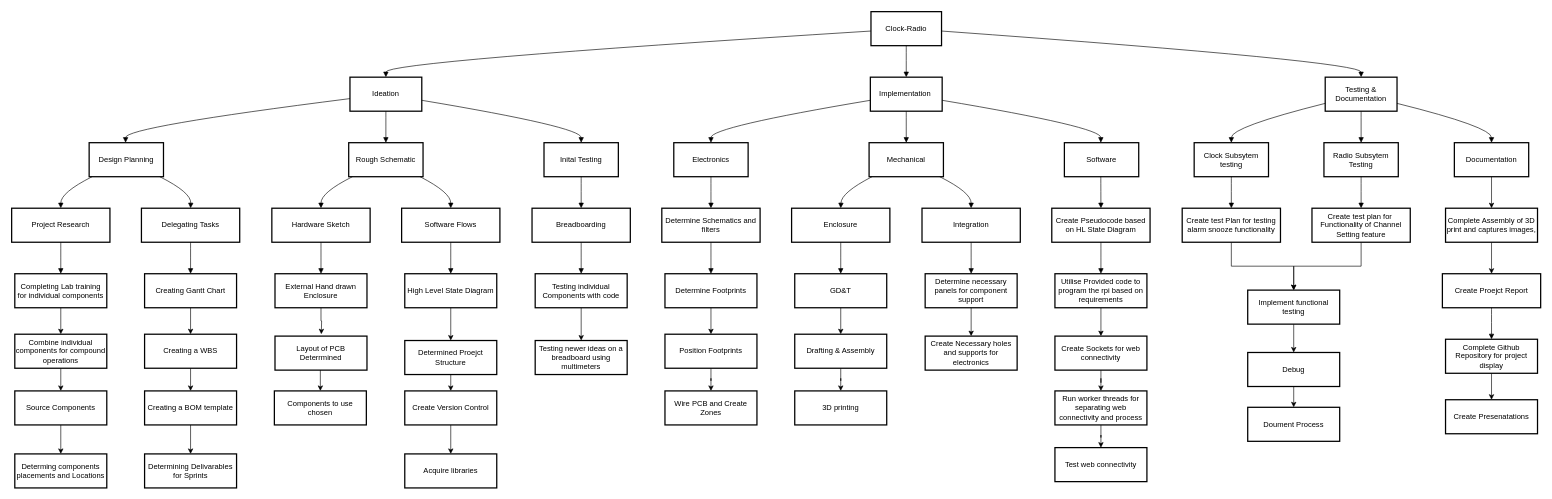
Earlier version of the draw.io diagram WBS.drawio (AniMB/Clock-radio). Source tidied: cells renumbered, new cells numbered last; positions are measured from the earlier drawing's top-left corner, leaving out a move shared by most shapes. Both pictures are drawn from the tidied source at 63%, with x=0, y=0 at pixel (11, 11).
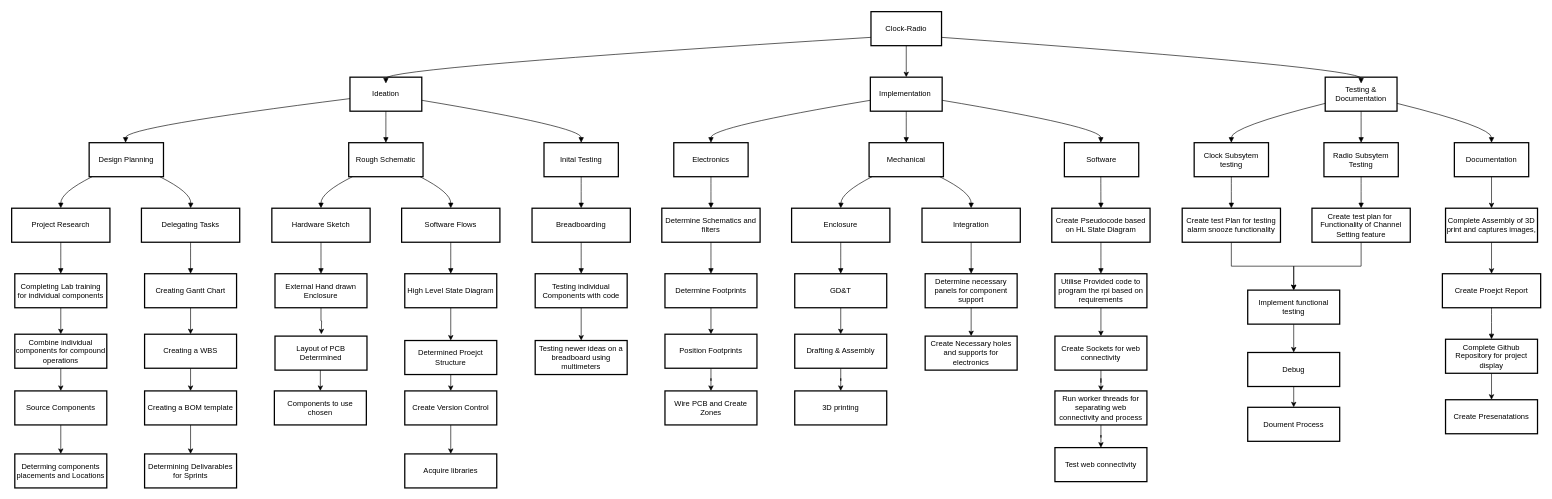
The same diagram, later.

Unchanged cells that the change refers to:
```xml
<mxCell id="2" value="Clock-Radio" style="whiteSpace=wrap;strokeWidth=2;" parent="1" vertex="1">
  <mxGeometry x="1364" width="112" height="54" as="geometry" />
</mxCell>
<mxCell id="3" value="Ideation" style="whiteSpace=wrap;strokeWidth=2;" parent="1" vertex="1">
  <mxGeometry x="537" y="104" width="114" height="54" as="geometry" />
</mxCell>
<mxCell id="4" value="Implementation " style="whiteSpace=wrap;strokeWidth=2;" parent="1" vertex="1">
  <mxGeometry x="1363" y="104" width="114" height="54" as="geometry" />
</mxCell>
<mxCell id="5" value="Testing &amp; Documentation" style="whiteSpace=wrap;strokeWidth=2;" parent="1" vertex="1">
  <mxGeometry x="2085" y="104" width="114" height="54" as="geometry" />
</mxCell>
```

What changed in the source:
```diff
@@
+    <mxCell id="53" style="edgeStyle=orthogonalEdgeStyle;rounded=0;jettySize=auto;html=1;exitX=0.5;exitY=1;exitDx=0;exitDy=0;entryX=0.5;entryY=0;entryDx=0;entryDy=0;" parent="1" edge="1" source="2" target="4">
+      <mxGeometry relative="1" as="geometry" />
+    </mxCell>
@@
-    <mxCell id="52" style="curved=1;startArrow=none;endArrow=block;exitX=0;exitY=0.57;entryX=0.5;entryY=0;" parent="1" edge="1" source="2" target="3">
+    <mxCell id="52" style="curved=1;startArrow=none;endArrow=block;exitX=0;exitY=0.57;entryX=0.5;entryY=0;" parent="1" edge="1">
       <mxGeometry relative="1" as="geometry">
+        <mxPoint x="1364" y="40.8" as="sourcePoint" />
+        <mxPoint x="594" y="114" as="targetPoint" />
         <Array as="points">
-          <mxPoint x="594" y="79" />
+          <mxPoint x="594" y="89" />
         </Array>
       </mxGeometry>
     </mxCell>
-    <mxCell id="53" style="curved=1;startArrow=none;endArrow=block;exitX=0.5;exitY=1;entryX=0.5;entryY=0;" parent="1" edge="1" source="2" target="4">
-      <mxGeometry relative="1" as="geometry" />
-    </mxCell>
-    <mxCell id="54" style="curved=1;startArrow=none;endArrow=block;exitX=1;exitY=0.57;entryX=0.5;entryY=0;" parent="1" edge="1" source="2" target="5">
+    <mxCell id="54" style="curved=1;startArrow=none;endArrow=block;exitX=1;exitY=0.57;entryX=0.5;entryY=0;" parent="1" edge="1">
       <mxGeometry relative="1" as="geometry">
+        <mxPoint x="1476" y="40.8" as="sourcePoint" />
+        <mxPoint x="2142" y="114" as="targetPoint" />
         <Array as="points">
-          <mxPoint x="2142" y="79" />
+          <mxPoint x="2142" y="89" />
         </Array>
       </mxGeometry>
     </mxCell>
```
